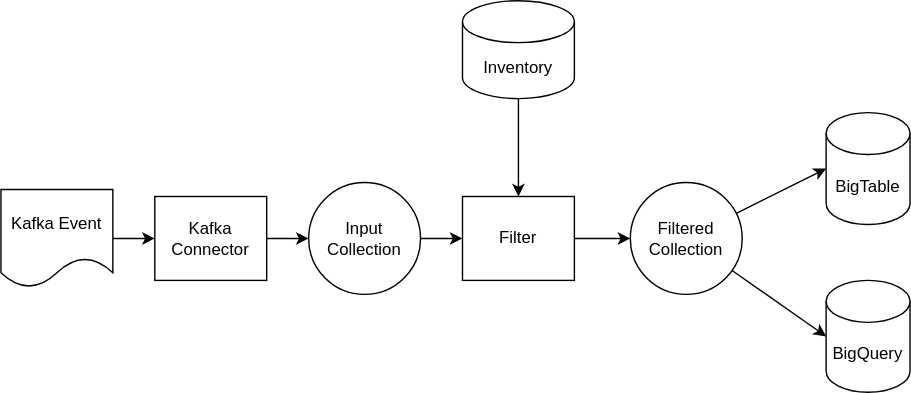
Above: pipelines/pipeline.drawio.svg in brianpnaughton/free5gc-lab (draw.io), before the change. Source tidied: cells renumbered, new cells last; positions are measured from the earlier drawing's top-left corner, leaving out a move shared by most shapes. Its diagram source:
```xml
<mxGraphModel>
  <root>
    <mxCell id="0" />
    <mxCell id="1" parent="0" />
    <mxCell id="2" value="BigQuery" style="shape=cylinder3;whiteSpace=wrap;html=1;boundedLbl=1;backgroundOutline=1;size=15;" parent="1" vertex="1">
      <mxGeometry x="590" y="200" width="60" height="80" as="geometry" />
    </mxCell>
    <mxCell id="3" style="edgeStyle=none;html=1;" parent="1" edge="1" source="4" target="6">
      <mxGeometry relative="1" as="geometry" />
    </mxCell>
    <mxCell id="4" value="Kafka Event" style="shape=document;whiteSpace=wrap;html=1;boundedLbl=1;" parent="1" vertex="1">
      <mxGeometry y="135" width="80" height="70" as="geometry" />
    </mxCell>
    <mxCell id="5" style="edgeStyle=none;html=1;" parent="1" edge="1" source="6" target="8">
      <mxGeometry relative="1" as="geometry" />
    </mxCell>
    <mxCell id="6" value="Kafka Connector" style="rounded=0;whiteSpace=wrap;html=1;" parent="1" vertex="1">
      <mxGeometry x="110" y="140" width="80" height="60" as="geometry" />
    </mxCell>
    <mxCell id="7" style="edgeStyle=none;html=1;" parent="1" edge="1" source="8" target="10">
      <mxGeometry relative="1" as="geometry" />
    </mxCell>
    <mxCell id="8" value="Input Collection" style="ellipse;whiteSpace=wrap;html=1;" parent="1" vertex="1">
      <mxGeometry x="220" y="130" width="80" height="80" as="geometry" />
    </mxCell>
    <mxCell id="9" style="edgeStyle=none;html=1;" parent="1" edge="1" source="10" target="16">
      <mxGeometry relative="1" as="geometry" />
    </mxCell>
    <mxCell id="10" value="Filter" style="rounded=0;whiteSpace=wrap;html=1;" parent="1" vertex="1">
      <mxGeometry x="330" y="140" width="80" height="60" as="geometry" />
    </mxCell>
    <mxCell id="11" value="BigTable" style="shape=cylinder3;whiteSpace=wrap;html=1;boundedLbl=1;backgroundOutline=1;size=15;" parent="1" vertex="1">
      <mxGeometry x="590" y="80" width="60" height="80" as="geometry" />
    </mxCell>
    <mxCell id="12" style="edgeStyle=none;html=1;" parent="1" edge="1" source="13" target="10">
      <mxGeometry relative="1" as="geometry" />
    </mxCell>
    <mxCell id="13" value="Inventory" style="shape=cylinder3;whiteSpace=wrap;html=1;boundedLbl=1;backgroundOutline=1;size=15;" parent="1" vertex="1">
      <mxGeometry x="330" width="80" height="70" as="geometry" />
    </mxCell>
    <mxCell id="14" style="edgeStyle=none;html=1;entryX=0;entryY=0.5;entryDx=0;entryDy=0;entryPerimeter=0;" parent="1" edge="1" source="16" target="11">
      <mxGeometry relative="1" as="geometry" />
    </mxCell>
    <mxCell id="15" style="edgeStyle=none;html=1;entryX=0;entryY=0.5;entryDx=0;entryDy=0;entryPerimeter=0;" parent="1" edge="1" source="16" target="2">
      <mxGeometry relative="1" as="geometry" />
    </mxCell>
    <mxCell id="16" value="Filtered Collection" style="ellipse;whiteSpace=wrap;html=1;" parent="1" vertex="1">
      <mxGeometry x="450" y="130" width="80" height="80" as="geometry" />
    </mxCell>
  </root>
</mxGraphModel>
```
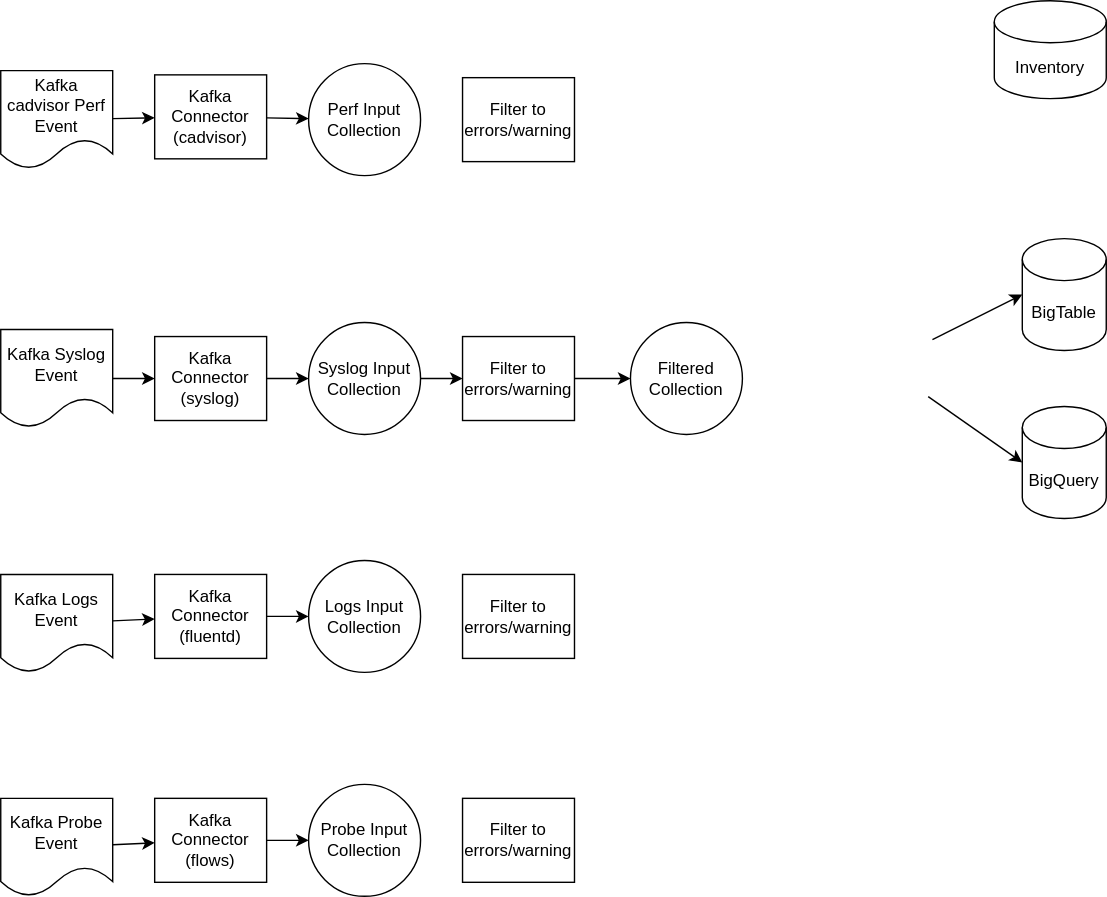
Later version of the same file.

Diff of the diagram source:
```diff
@@ -3,49 +3,104 @@
     <mxCell id="0" />
     <mxCell id="1" parent="0" />
     <mxCell id="2" value="BigQuery" style="shape=cylinder3;whiteSpace=wrap;html=1;boundedLbl=1;backgroundOutline=1;size=15;" parent="1" vertex="1">
-      <mxGeometry x="590" y="200" width="60" height="80" as="geometry" />
+      <mxGeometry x="730" y="190" width="60" height="80" as="geometry" />
     </mxCell>
     <mxCell id="3" style="edgeStyle=none;html=1;" parent="1" edge="1" source="4" target="6">
       <mxGeometry relative="1" as="geometry" />
     </mxCell>
-    <mxCell id="4" value="Kafka Event" style="shape=document;whiteSpace=wrap;html=1;boundedLbl=1;" parent="1" vertex="1">
+    <mxCell id="4" value="Kafka Syslog Event" style="shape=document;whiteSpace=wrap;html=1;boundedLbl=1;" parent="1" vertex="1">
       <mxGeometry y="135" width="80" height="70" as="geometry" />
     </mxCell>
     <mxCell id="5" style="edgeStyle=none;html=1;" parent="1" edge="1" source="6" target="8">
       <mxGeometry relative="1" as="geometry" />
     </mxCell>
-    <mxCell id="6" value="Kafka Connector" style="rounded=0;whiteSpace=wrap;html=1;" parent="1" vertex="1">
+    <mxCell id="6" value="Kafka Connector (syslog)" style="rounded=0;whiteSpace=wrap;html=1;" parent="1" vertex="1">
       <mxGeometry x="110" y="140" width="80" height="60" as="geometry" />
     </mxCell>
     <mxCell id="7" style="edgeStyle=none;html=1;" parent="1" edge="1" source="8" target="10">
       <mxGeometry relative="1" as="geometry" />
     </mxCell>
-    <mxCell id="8" value="Input Collection" style="ellipse;whiteSpace=wrap;html=1;" parent="1" vertex="1">
+    <mxCell id="8" value="Syslog Input Collection" style="ellipse;whiteSpace=wrap;html=1;" parent="1" vertex="1">
       <mxGeometry x="220" y="130" width="80" height="80" as="geometry" />
     </mxCell>
     <mxCell id="9" style="edgeStyle=none;html=1;" parent="1" edge="1" source="10" target="16">
       <mxGeometry relative="1" as="geometry" />
     </mxCell>
-    <mxCell id="10" value="Filter" style="rounded=0;whiteSpace=wrap;html=1;" parent="1" vertex="1">
+    <mxCell id="10" value="Filter to errors/warning" style="rounded=0;whiteSpace=wrap;html=1;" parent="1" vertex="1">
       <mxGeometry x="330" y="140" width="80" height="60" as="geometry" />
     </mxCell>
     <mxCell id="11" value="BigTable" style="shape=cylinder3;whiteSpace=wrap;html=1;boundedLbl=1;backgroundOutline=1;size=15;" parent="1" vertex="1">
-      <mxGeometry x="590" y="80" width="60" height="80" as="geometry" />
+      <mxGeometry x="730" y="70" width="60" height="80" as="geometry" />
     </mxCell>
-    <mxCell id="12" style="edgeStyle=none;html=1;" parent="1" edge="1" source="13" target="10">
-      <mxGeometry relative="1" as="geometry" />
-    </mxCell>
     <mxCell id="13" value="Inventory" style="shape=cylinder3;whiteSpace=wrap;html=1;boundedLbl=1;backgroundOutline=1;size=15;" parent="1" vertex="1">
-      <mxGeometry x="330" width="80" height="70" as="geometry" />
+      <mxGeometry x="710" y="-100" width="80" height="70" as="geometry" />
     </mxCell>
-    <mxCell id="14" style="edgeStyle=none;html=1;entryX=0;entryY=0.5;entryDx=0;entryDy=0;entryPerimeter=0;" parent="1" edge="1" source="16" target="11">
-      <mxGeometry relative="1" as="geometry" />
+    <mxCell id="14" style="edgeStyle=none;html=1;entryX=0;entryY=0.5;entryDx=0;entryDy=0;entryPerimeter=0;" parent="1" edge="1" target="11">
+      <mxGeometry relative="1" as="geometry">
+        <mxPoint x="665.8" y="142.1" as="sourcePoint" />
+      </mxGeometry>
     </mxCell>
-    <mxCell id="15" style="edgeStyle=none;html=1;entryX=0;entryY=0.5;entryDx=0;entryDy=0;entryPerimeter=0;" parent="1" edge="1" source="16" target="2">
-      <mxGeometry relative="1" as="geometry" />
+    <mxCell id="15" style="edgeStyle=none;html=1;entryX=0;entryY=0.5;entryDx=0;entryDy=0;entryPerimeter=0;" parent="1" edge="1" target="2">
+      <mxGeometry relative="1" as="geometry">
+        <mxPoint x="662.8" y="182.9" as="sourcePoint" />
+      </mxGeometry>
     </mxCell>
     <mxCell id="16" value="Filtered Collection" style="ellipse;whiteSpace=wrap;html=1;" parent="1" vertex="1">
       <mxGeometry x="450" y="130" width="80" height="80" as="geometry" />
     </mxCell>
+    <mxCell id="17" style="edgeStyle=none;html=1;" parent="1" edge="1" source="18" target="24">
+      <mxGeometry relative="1" as="geometry" />
+    </mxCell>
+    <mxCell id="18" value="Kafka cadvisor Perf Event" style="shape=document;whiteSpace=wrap;html=1;boundedLbl=1;" parent="1" vertex="1">
+      <mxGeometry y="-50" width="80" height="70" as="geometry" />
+    </mxCell>
+    <mxCell id="19" style="edgeStyle=none;html=1;" parent="1" edge="1" source="20" target="22">
+      <mxGeometry relative="1" as="geometry" />
+    </mxCell>
+    <mxCell id="20" value="Kafka Logs Event" style="shape=document;whiteSpace=wrap;html=1;boundedLbl=1;" parent="1" vertex="1">
+      <mxGeometry y="310" width="80" height="70" as="geometry" />
+    </mxCell>
+    <mxCell id="21" style="edgeStyle=none;html=1;" parent="1" edge="1" source="22" target="29">
+      <mxGeometry relative="1" as="geometry" />
+    </mxCell>
+    <mxCell id="22" value="Kafka Connector (fluentd)" style="rounded=0;whiteSpace=wrap;html=1;" parent="1" vertex="1">
+      <mxGeometry x="110" y="310" width="80" height="60" as="geometry" />
+    </mxCell>
+    <mxCell id="23" style="edgeStyle=none;html=1;" parent="1" edge="1" source="24" target="31">
+      <mxGeometry relative="1" as="geometry" />
+    </mxCell>
+    <mxCell id="24" value="Kafka Connector (cadvisor)" style="rounded=0;whiteSpace=wrap;html=1;" parent="1" vertex="1">
+      <mxGeometry x="110" y="-47" width="80" height="60" as="geometry" />
+    </mxCell>
+    <mxCell id="25" style="edgeStyle=none;html=1;" parent="1" edge="1" source="26" target="28">
+      <mxGeometry relative="1" as="geometry" />
+    </mxCell>
+    <mxCell id="26" value="Kafka Probe Event" style="shape=document;whiteSpace=wrap;html=1;boundedLbl=1;" parent="1" vertex="1">
+      <mxGeometry y="470" width="80" height="70" as="geometry" />
+    </mxCell>
+    <mxCell id="27" style="edgeStyle=none;html=1;" parent="1" edge="1" source="28" target="30">
+      <mxGeometry relative="1" as="geometry" />
+    </mxCell>
+    <mxCell id="28" value="Kafka Connector (flows)" style="rounded=0;whiteSpace=wrap;html=1;" parent="1" vertex="1">
+      <mxGeometry x="110" y="470" width="80" height="60" as="geometry" />
+    </mxCell>
+    <mxCell id="29" value="Logs Input Collection" style="ellipse;whiteSpace=wrap;html=1;" parent="1" vertex="1">
+      <mxGeometry x="220" y="300" width="80" height="80" as="geometry" />
+    </mxCell>
+    <mxCell id="30" value="Probe Input Collection" style="ellipse;whiteSpace=wrap;html=1;" parent="1" vertex="1">
+      <mxGeometry x="220" y="460" width="80" height="80" as="geometry" />
+    </mxCell>
+    <mxCell id="31" value="Perf Input Collection" style="ellipse;whiteSpace=wrap;html=1;" parent="1" vertex="1">
+      <mxGeometry x="220" y="-55" width="80" height="80" as="geometry" />
+    </mxCell>
+    <mxCell id="32" value="Filter to errors/warning" style="rounded=0;whiteSpace=wrap;html=1;" parent="1" vertex="1">
+      <mxGeometry x="330" y="310" width="80" height="60" as="geometry" />
+    </mxCell>
+    <mxCell id="33" value="Filter to errors/warning" style="rounded=0;whiteSpace=wrap;html=1;" parent="1" vertex="1">
+      <mxGeometry x="330" y="470" width="80" height="60" as="geometry" />
+    </mxCell>
+    <mxCell id="34" value="Filter to errors/warning" style="rounded=0;whiteSpace=wrap;html=1;" parent="1" vertex="1">
+      <mxGeometry x="330" y="-45" width="80" height="60" as="geometry" />
+    </mxCell>
   </root>
 </mxGraphModel>
```
